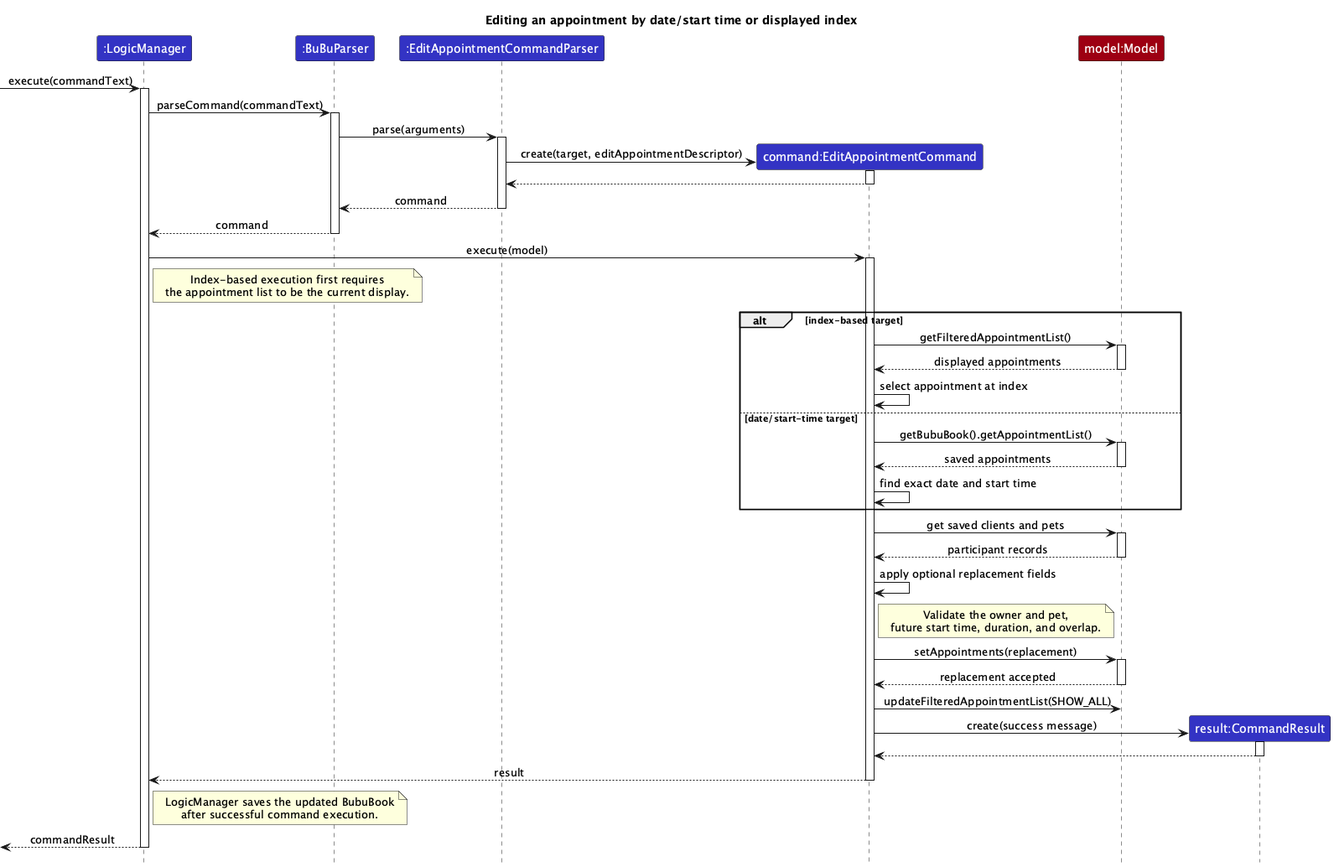
Earlier version of the PlantUML export docs/images/EditAppointmentSequenceDiagram.png (0218hy/tp). Its source is kept beside it as docs/diagrams/EditAppointmentSequenceDiagram.puml. Its diagram source:
```plantuml
@startuml
!include style.puml
skinparam ArrowFontStyle plain
title Editing an appointment by date/start time or displayed index

Participant ":LogicManager" as logic LOGIC_COLOR
Participant ":BuBuParser" as parser LOGIC_COLOR
Participant ":EditAppointmentCommandParser" as ecp LOGIC_COLOR
Participant "command:EditAppointmentCommand" as command LOGIC_COLOR
Participant "model:Model" as model MODEL_COLOR
Participant "result:CommandResult" as result LOGIC_COLOR

[-> logic : execute(commandText)
activate logic
logic -> parser ++: parseCommand(commandText)
parser -> ecp ++: parse(arguments)
create command
ecp -> command ++: create(target, editAppointmentDescriptor)
command --> ecp --
ecp --> parser --: command
parser --> logic --: command

logic -> command ++: execute(model)
note right of logic
  Index-based execution first requires
  the appointment list to be the current display.
end note
alt index-based target
    command -> model ++: getFilteredAppointmentList()
    model --> command --: displayed appointments
    command -> command : select appointment at index
else date/start-time target
    command -> model ++: getBubuBook().getAppointmentList()
    model --> command --: saved appointments
    command -> command : find exact date and start time
end

command -> model ++: get saved clients and pets
model --> command --: participant records
command -> command : apply optional replacement fields
note right of command
  Validate the owner and pet,
  future start time, duration, and overlap.
end note
command -> model ++: setAppointments(replacement)
model --> command --: replacement accepted
command -> model : updateFilteredAppointmentList(SHOW_ALL)

create result
command -> result ++: create(success message)
result --> command --
command --> logic --: result
note right of logic
  LogicManager saves the updated BubuBook
  after successful command execution.
end note
[<-- logic : commandResult
deactivate logic
@enduml
```
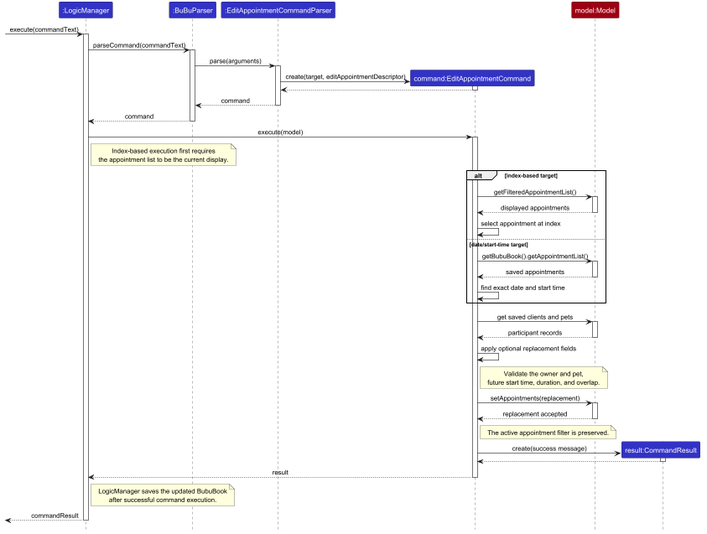
The same file after the commit.

Commit message:
Update edit-appointment diagram

The edit, as a diff of the source:
```diff
@@ -44,7 +44,9 @@
 end note
 command -> model ++: setAppointments(replacement)
 model --> command --: replacement accepted
-command -> model : updateFilteredAppointmentList(SHOW_ALL)
+note right of command
+  The active appointment filter is preserved.
+end note
 
 create result
 command -> result ++: create(success message)
```
